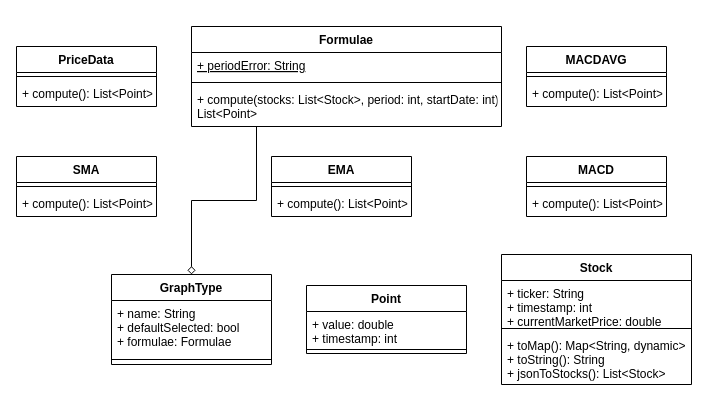
Earlier version of the draw.io diagram diagrams/ClassDiagram.drawio (TudorMaxim/FinancialSystemsCoursework). Source tidied: cells renumbered, new cells numbered last; positions are measured from the earlier drawing's top-left corner, leaving out a move shared by most shapes. Both pictures are drawn from the tidied source at 100%, with x=0, y=0 at pixel (16, 26).
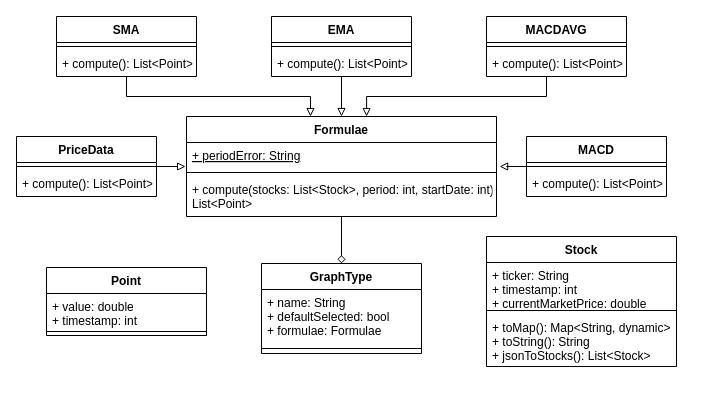
The same page after the edit.

Commit message:
Added model classes relationships

Unchanged cells that the change refers to:
```xml
<mxCell id="4" value="+ periodError: String" style="text;strokeColor=none;fillColor=none;align=left;verticalAlign=top;spacingLeft=4;spacingRight=4;overflow=hidden;points=[[0,0.5],[1,0.5]];portConstraint=eastwest;fontStyle=4;" parent="3" vertex="1">
  <mxGeometry y="26" width="310" height="26" as="geometry" />
</mxCell>
```

What changed in the source:
```diff
@@
     <mxCell id="2" style="edgeStyle=orthogonalEdgeStyle;rounded=0;jettySize=auto;html=1;entryX=0.5;entryY=0;entryDx=0;entryDy=0;endArrow=diamond;endFill=0;" parent="1" edge="1" source="3" target="22">
-      <mxGeometry relative="1" as="geometry">
-        <Array as="points">
-          <mxPoint x="240" y="174" />
-          <mxPoint x="175" y="174" />
-        </Array>
-      </mxGeometry>
+      <mxGeometry relative="1" as="geometry" />
     </mxCell>
     <mxCell id="3" value="Formulae" style="swimlane;fontStyle=1;align=center;verticalAlign=top;horizontal=1;startSize=26;" parent="1" vertex="1">
-      <mxGeometry x="175" width="310" height="100" as="geometry" />
+      <mxGeometry x="170" y="90" width="310" height="100" as="geometry" />
     </mxCell>
@@
+    <mxCell id="32" style="edgeStyle=orthogonalEdgeStyle;rounded=0;jettySize=auto;html=1;entryX=0.5;entryY=0;entryDx=0;entryDy=0;endArrow=block;endFill=0;" parent="1" edge="1" source="7" target="3">
+      <mxGeometry relative="1" as="geometry" />
+    </mxCell>
     <mxCell id="7" value="EMA" style="swimlane;fontStyle=1;align=center;verticalAlign=top;horizontal=1;startSize=26;" parent="1" vertex="1">
-      <mxGeometry x="255" y="130" width="140" height="60" as="geometry" />
+      <mxGeometry x="255" y="-10" width="140" height="60" as="geometry" />
     </mxCell>
@@
+    <mxCell id="33" style="edgeStyle=orthogonalEdgeStyle;rounded=0;jettySize=auto;html=1;entryX=0.4;entryY=0;entryDx=0;entryDy=0;entryPerimeter=0;endArrow=block;endFill=0;" parent="1" edge="1" source="10" target="3">
+      <mxGeometry relative="1" as="geometry">
+        <Array as="points">
+          <mxPoint x="110" y="70" />
+          <mxPoint x="294" y="70" />
+        </Array>
+      </mxGeometry>
+    </mxCell>
     <mxCell id="10" value="SMA" style="swimlane;fontStyle=1;align=center;verticalAlign=top;horizontal=1;startSize=26;" parent="1" vertex="1">
-      <mxGeometry y="130" width="140" height="60" as="geometry" />
+      <mxGeometry x="40" y="-10" width="140" height="60" as="geometry" />
     </mxCell>
@@
+    <mxCell id="34" style="edgeStyle=orthogonalEdgeStyle;rounded=0;jettySize=auto;html=1;entryX=-0.003;entryY=0.923;entryDx=0;entryDy=0;entryPerimeter=0;endArrow=block;endFill=0;" parent="1" edge="1" source="13" target="4">
+      <mxGeometry relative="1" as="geometry" />
+    </mxCell>
     <mxCell id="13" value="PriceData" style="swimlane;fontStyle=1;align=center;verticalAlign=top;horizontal=1;startSize=26;" parent="1" vertex="1">
-      <mxGeometry y="20" width="140" height="60" as="geometry" />
+      <mxGeometry y="110" width="140" height="60" as="geometry" />
     </mxCell>
@@
+    <mxCell id="35" style="edgeStyle=orthogonalEdgeStyle;rounded=0;jettySize=auto;html=1;entryX=1.01;entryY=0.923;entryDx=0;entryDy=0;entryPerimeter=0;endArrow=block;endFill=0;" parent="1" edge="1" source="16" target="4">
+      <mxGeometry relative="1" as="geometry" />
+    </mxCell>
     <mxCell id="16" value="MACD" style="swimlane;fontStyle=1;align=center;verticalAlign=top;horizontal=1;startSize=26;" parent="1" vertex="1">
-      <mxGeometry x="510" y="130" width="140" height="60" as="geometry" />
+      <mxGeometry x="510" y="110" width="140" height="60" as="geometry" />
     </mxCell>
@@
+    <mxCell id="36" style="edgeStyle=orthogonalEdgeStyle;rounded=0;jettySize=auto;html=1;entryX=0.581;entryY=0;entryDx=0;entryDy=0;entryPerimeter=0;endArrow=block;endFill=0;" parent="1" edge="1" source="19" target="3">
+      <mxGeometry relative="1" as="geometry">
+        <Array as="points">
+          <mxPoint x="530" y="70" />
+          <mxPoint x="350" y="70" />
+        </Array>
+      </mxGeometry>
+    </mxCell>
     <mxCell id="19" value="MACDAVG" style="swimlane;fontStyle=1;align=center;verticalAlign=top;horizontal=1;startSize=26;" parent="1" vertex="1">
-      <mxGeometry x="510" y="20" width="140" height="60" as="geometry" />
+      <mxGeometry x="470" y="-10" width="140" height="60" as="geometry" />
     </mxCell>
@@
     <mxCell id="22" value="GraphType" style="swimlane;fontStyle=1;align=center;verticalAlign=top;horizontal=1;startSize=26;" parent="1" vertex="1">
-      <mxGeometry x="95" y="248" width="160" height="90" as="geometry" />
+      <mxGeometry x="245" y="237" width="160" height="90" as="geometry" />
     </mxCell>
@@
     <mxCell id="25" value="Point" style="swimlane;fontStyle=1;align=center;verticalAlign=top;horizontal=1;startSize=26;" parent="1" vertex="1">
-      <mxGeometry x="290" y="259" width="160" height="68" as="geometry" />
+      <mxGeometry x="30" y="241" width="160" height="68" as="geometry" />
     </mxCell>
@@
     <mxCell id="28" value="Stock" style="swimlane;fontStyle=1;align=center;verticalAlign=top;horizontal=1;startSize=26;" parent="1" vertex="1">
-      <mxGeometry x="485" y="228" width="190" height="130" as="geometry" />
+      <mxGeometry x="470" y="210" width="190" height="130" as="geometry" />
     </mxCell>
```
